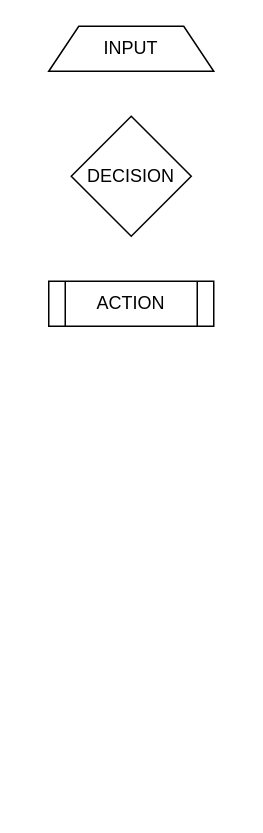
barremans/barremans keeps this draw.io diagram as page "LEGEND" (1 of 3) of Untitled Diagram.drawio. Above is the earlier version. Source tidied: cells renumbered, new cells numbered last; positions are measured from the earlier drawing's top-left corner, leaving out a move shared by most shapes. Both pictures are drawn from the tidied source at 150%, with x=0, y=0 at pixel (48, 26).
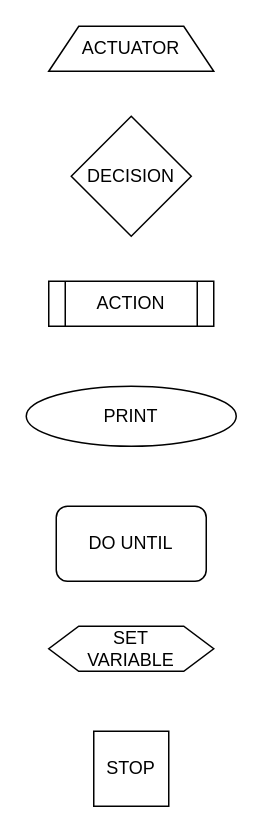
The same page after the edit.

Change to the diagram source:
```diff
@@
 <mxGraphModel>
   <root>
     <mxCell id="0" />
     <mxCell id="1" parent="0" />
-    <mxCell id="2" value="INPUT" style="shape=trapezoid;perimeter=trapezoidPerimeter;whiteSpace=wrap;html=1;fixedSize=1;" parent="1" vertex="1">
+    <mxCell id="2" value="ACTUATOR" style="shape=trapezoid;perimeter=trapezoidPerimeter;whiteSpace=wrap;html=1;fixedSize=1;" parent="1" vertex="1">
       <mxGeometry width="110" height="30" as="geometry" />
     </mxCell>
     <mxCell id="3" value="DECISION" style="rhombus;whiteSpace=wrap;html=1;" parent="1" vertex="1">
       <mxGeometry x="15" y="60" width="80" height="80" as="geometry" />
     </mxCell>
     <mxCell id="4" value="ACTION" style="shape=process;whiteSpace=wrap;html=1;backgroundOutline=1;" parent="1" vertex="1">
       <mxGeometry y="170" width="110" height="30" as="geometry" />
     </mxCell>
+    <mxCell id="5" value="PRINT" style="ellipse;whiteSpace=wrap;html=1;" parent="1" vertex="1">
+      <mxGeometry x="-15" y="240" width="140" height="40" as="geometry" />
+    </mxCell>
+    <mxCell id="6" value="DO UNTIL" style="rounded=1;whiteSpace=wrap;html=1;" parent="1" vertex="1">
+      <mxGeometry x="5" y="320" width="100" height="50" as="geometry" />
+    </mxCell>
+    <mxCell id="7" value="SET&lt;div&gt;VARIABLE&lt;/div&gt;" style="shape=hexagon;perimeter=hexagonPerimeter2;whiteSpace=wrap;html=1;fixedSize=1;" parent="1" vertex="1">
+      <mxGeometry y="400" width="110" height="30" as="geometry" />
+    </mxCell>
+    <mxCell id="8" value="STOP" style="whiteSpace=wrap;html=1;" parent="1" vertex="1">
+      <mxGeometry x="30" y="470" width="50" height="50" as="geometry" />
+    </mxCell>
   </root>
 </mxGraphModel>
```
